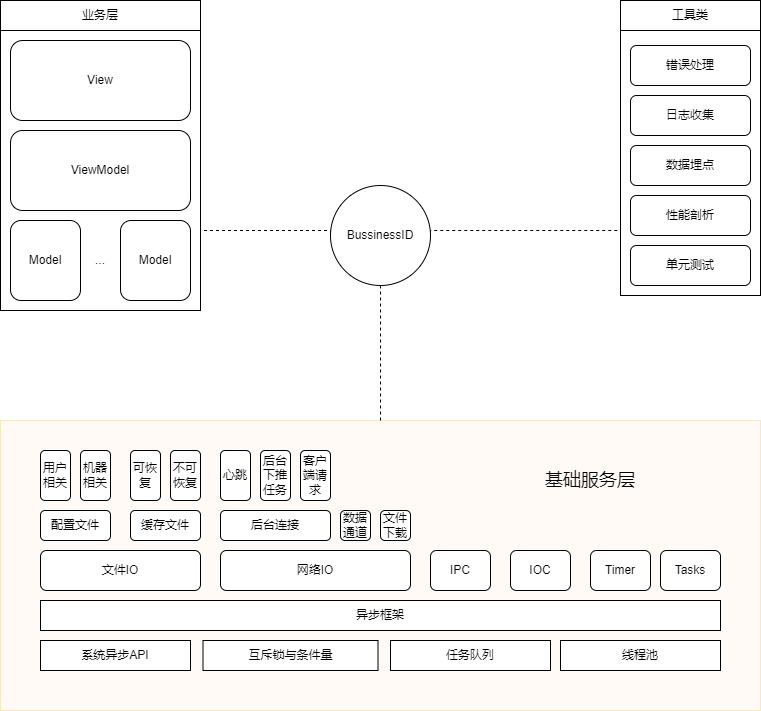
The draw.io diagram images/framework.png in mrbeardad/SeeCheatSheets, before a commit. Source tidied: cells renumbered, new cells last; positions are measured from the earlier drawing's top-left corner, leaving out a move shared by most shapes.
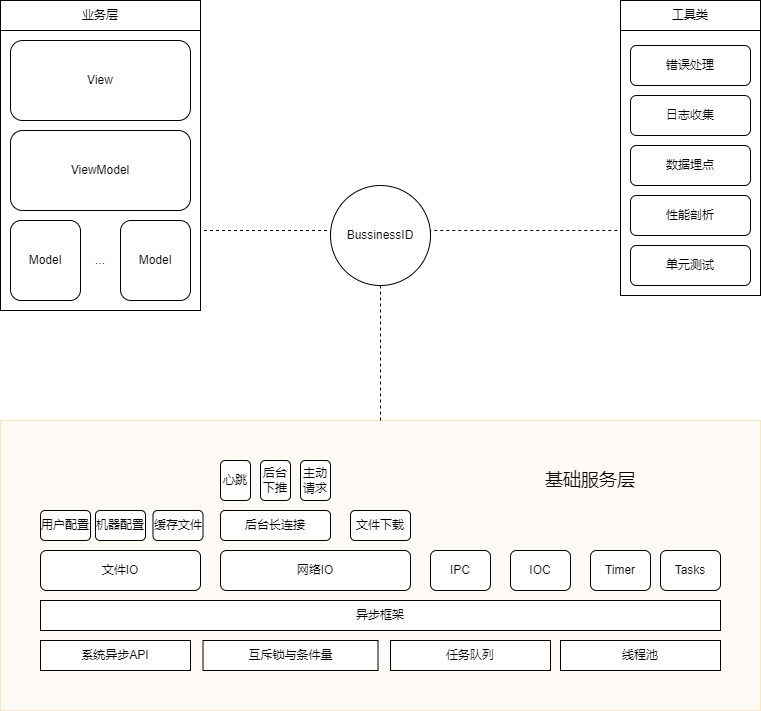
The same file after the commit.

Change to the diagram source:
```diff
@@ -38,29 +38,20 @@
       <mxGeometry x="660" y="550" width="60" height="40" as="geometry" />
     </mxCell>
     <mxCell id="12" value="心跳" style="whiteSpace=wrap;html=1;rounded=1;" parent="1" vertex="1">
-      <mxGeometry x="220" y="450" width="30" height="50" as="geometry" />
+      <mxGeometry x="220" y="460" width="30" height="40" as="geometry" />
     </mxCell>
-    <mxCell id="13" value="后台连接" style="whiteSpace=wrap;html=1;rounded=1;" parent="1" vertex="1">
+    <mxCell id="13" value="后台长连接" style="whiteSpace=wrap;html=1;rounded=1;" parent="1" vertex="1">
       <mxGeometry x="220" y="510" width="110" height="30" as="geometry" />
     </mxCell>
-    <mxCell id="14" value="配置文件" style="whiteSpace=wrap;html=1;rounded=1;" parent="1" vertex="1">
-      <mxGeometry x="40" y="510" width="70" height="30" as="geometry" />
-    </mxCell>
-    <mxCell id="15" value="缓存文件" style="whiteSpace=wrap;html=1;rounded=1;" parent="1" vertex="1">
-      <mxGeometry x="130" y="510" width="70" height="30" as="geometry" />
-    </mxCell>
-    <mxCell id="16" value="用户相关" style="whiteSpace=wrap;html=1;rounded=1;" parent="1" vertex="1">
-      <mxGeometry x="40" y="450" width="30" height="50" as="geometry" />
+    <mxCell id="16" value="用户配置" style="whiteSpace=wrap;html=1;rounded=1;" parent="1" vertex="1">
+      <mxGeometry x="40" y="510" width="50" height="30" as="geometry" />
     </mxCell>
-    <mxCell id="17" value="机器相关" style="whiteSpace=wrap;html=1;rounded=1;" parent="1" vertex="1">
-      <mxGeometry x="80" y="450" width="30" height="50" as="geometry" />
+    <mxCell id="17" value="机器配置" style="whiteSpace=wrap;html=1;rounded=1;" parent="1" vertex="1">
+      <mxGeometry x="95" y="510" width="50" height="30" as="geometry" />
     </mxCell>
-    <mxCell id="18" value="可恢复" style="whiteSpace=wrap;html=1;rounded=1;" parent="1" vertex="1">
-      <mxGeometry x="130" y="450" width="30" height="50" as="geometry" />
+    <mxCell id="18" value="缓存文件" style="whiteSpace=wrap;html=1;rounded=1;" parent="1" vertex="1">
+      <mxGeometry x="152.5" y="510" width="50" height="30" as="geometry" />
     </mxCell>
-    <mxCell id="19" value="不可恢复" style="whiteSpace=wrap;html=1;rounded=1;" parent="1" vertex="1">
-      <mxGeometry x="170" y="450" width="30" height="50" as="geometry" />
-    </mxCell>
     <mxCell id="20" value="任务队列" style="whiteSpace=wrap;html=1;" parent="1" vertex="1">
       <mxGeometry x="390" y="640" width="160" height="30" as="geometry" />
     </mxCell>
@@ -123,15 +114,12 @@
     <mxCell id="38" value="性能剖析" style="rounded=1;whiteSpace=wrap;html=1;" parent="1" vertex="1">
       <mxGeometry x="630" y="195" width="120" height="40" as="geometry" />
     </mxCell>
-    <mxCell id="39" value="后台下推任务" style="whiteSpace=wrap;html=1;rounded=1;" parent="1" vertex="1">
-      <mxGeometry x="260" y="450" width="30" height="50" as="geometry" />
+    <mxCell id="39" value="后台下推" style="whiteSpace=wrap;html=1;rounded=1;" parent="1" vertex="1">
+      <mxGeometry x="260" y="460" width="30" height="40" as="geometry" />
     </mxCell>
-    <mxCell id="40" value="客户端请求" style="whiteSpace=wrap;html=1;rounded=1;" parent="1" vertex="1">
-      <mxGeometry x="300" y="450" width="30" height="50" as="geometry" />
+    <mxCell id="40" value="主动请求" style="whiteSpace=wrap;html=1;rounded=1;" parent="1" vertex="1">
+      <mxGeometry x="300" y="460" width="30" height="40" as="geometry" />
     </mxCell>
-    <mxCell id="41" value="数据通道" style="whiteSpace=wrap;html=1;rounded=1;" parent="1" vertex="1">
-      <mxGeometry x="340" y="510" width="30" height="30" as="geometry" />
-    </mxCell>
     <mxCell id="42" value="工具类" style="rounded=0;whiteSpace=wrap;html=1;" parent="1" vertex="1">
       <mxGeometry x="620" width="140" height="30" as="geometry" />
     </mxCell>
@@ -139,7 +127,7 @@
       <mxGeometry x="540" y="465" width="100" height="30" as="geometry" />
     </mxCell>
     <mxCell id="44" value="文件下载" style="whiteSpace=wrap;html=1;rounded=1;" parent="1" vertex="1">
-      <mxGeometry x="380" y="510" width="30" height="30" as="geometry" />
+      <mxGeometry x="350" y="510" width="60" height="30" as="geometry" />
     </mxCell>
   </root>
 </mxGraphModel>
```
